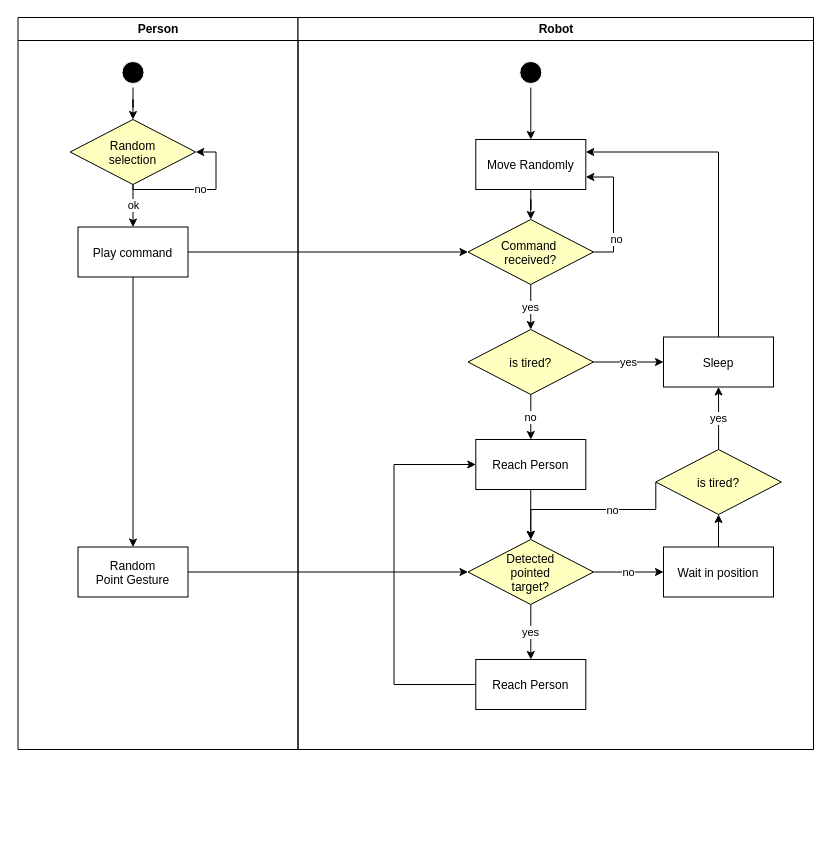
aGotelli/EROLA_first_assignment_AG keeps this draw.io diagram as draw_io/activity_v1.drawio. Above is the earlier version. Source tidied: cells renumbered, new cells numbered last; positions are measured from the earlier drawing's top-left corner, leaving out a move shared by most shapes. Both pictures are drawn from the tidied source at 100%, with x=0, y=0 at pixel (17, 17).
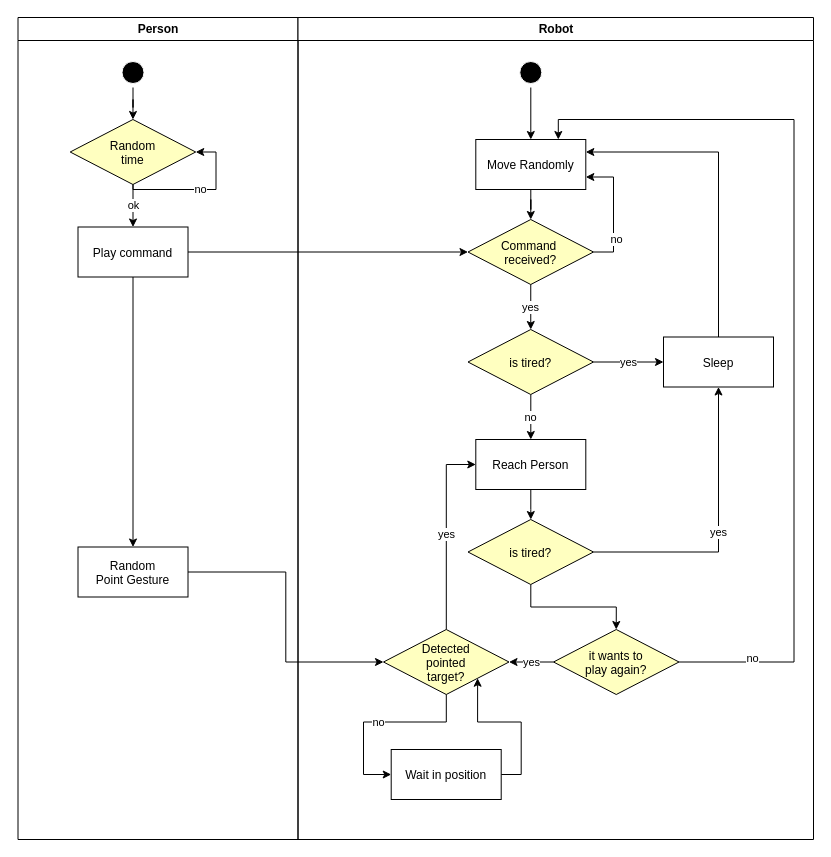
The same page after the edit.

Unchanged cells that the change refers to:
```xml
<mxCell id="15" value="Move Randomly" parent="11" vertex="1">
  <mxGeometry x="177.8" y="122" width="110" height="50" as="geometry" />
</mxCell>
<mxCell id="26" value="Reach Person" parent="11" vertex="1">
  <mxGeometry x="177.8" y="422" width="110" height="50" as="geometry" />
</mxCell>
```

The edit, as a diff of the source:
```diff
@@
     <mxCell id="2" value="Person" style="swimlane;whiteSpace=wrap;" parent="1" vertex="1">
-      <mxGeometry x="0.5" width="280" height="732" as="geometry" />
+      <mxGeometry x="0.5" width="280" height="822" as="geometry" />
     </mxCell>
@@
-    <mxCell id="9" value="Random&#10;selection" style="rhombus;fillColor=#ffffc0;" parent="2" vertex="1">
+    <mxCell id="9" value="Random&#10;time" style="rhombus;fillColor=#ffffc0;" parent="2" vertex="1">
       <mxGeometry x="52.2" y="102" width="125.5" height="65" as="geometry" />
     </mxCell>
@@
     <mxCell id="11" value="Robot" style="swimlane;whiteSpace=wrap;" parent="1" vertex="1">
-      <mxGeometry x="280.5" width="515.5" height="732" as="geometry" />
+      <mxGeometry x="280.5" width="515.5" height="822" as="geometry" />
     </mxCell>
@@
-    <mxCell id="25" style="edgeStyle=orthogonalEdgeStyle;rounded=0;jettySize=auto;html=1;entryX=0.5;entryY=0;entryDx=0;entryDy=0;strokeColor=#000000;" parent="11" edge="1" source="26" target="29">
-      <mxGeometry relative="1" as="geometry" />
-    </mxCell>
+    <mxCell id="40" style="edgeStyle=orthogonalEdgeStyle;rounded=0;jettySize=auto;html=1;" parent="11" edge="1" source="26" target="35">
+      <mxGeometry relative="1" as="geometry" />
+    </mxCell>
@@
-    <mxCell id="27" value="no" style="edgeStyle=orthogonalEdgeStyle;rounded=0;jettySize=auto;html=1;entryX=0;entryY=0.5;entryDx=0;entryDy=0;strokeColor=#000000;" parent="11" edge="1" source="29" target="31">
+    <mxCell id="27" value="no" style="edgeStyle=orthogonalEdgeStyle;rounded=0;jettySize=auto;html=1;entryX=0;entryY=0.5;entryDx=0;entryDy=0;" parent="11" edge="1" source="29" target="31">
       <mxGeometry relative="1" as="geometry" />
     </mxCell>
-    <mxCell id="28" value="yes" style="edgeStyle=orthogonalEdgeStyle;rounded=0;jettySize=auto;html=1;entryX=0.5;entryY=0;entryDx=0;entryDy=0;strokeColor=#000000;" parent="11" edge="1" source="29" target="37">
-      <mxGeometry relative="1" as="geometry" />
-    </mxCell>
+    <mxCell id="41" style="edgeStyle=orthogonalEdgeStyle;rounded=0;jettySize=auto;html=1;entryX=0;entryY=0.5;entryDx=0;entryDy=0;" parent="11" edge="1" source="29" target="26">
+      <mxGeometry relative="1" as="geometry" />
+    </mxCell>
+    <mxCell id="42" value="yes" style="edgeLabel;html=1;align=center;verticalAlign=middle;" parent="41" vertex="1">
+      <mxGeometry x="-0.01" relative="1" as="geometry" />
+    </mxCell>
     <mxCell id="29" value="Detected&#10;pointed&#10;target?" style="rhombus;fillColor=#ffffc0;" parent="11" vertex="1">
-      <mxGeometry x="170" y="522" width="125.5" height="65" as="geometry" />
+      <mxGeometry x="85.5" y="612" width="125.5" height="65" as="geometry" />
     </mxCell>
-    <mxCell id="30" style="edgeStyle=orthogonalEdgeStyle;rounded=0;jettySize=auto;html=1;strokeColor=#000000;" parent="11" edge="1" source="31" target="35">
-      <mxGeometry relative="1" as="geometry" />
-    </mxCell>
+    <mxCell id="43" style="edgeStyle=orthogonalEdgeStyle;rounded=0;jettySize=auto;html=1;entryX=1;entryY=1;entryDx=0;entryDy=0;exitX=1;exitY=0.5;exitDx=0;exitDy=0;" parent="11" edge="1" source="31" target="29">
+      <mxGeometry relative="1" as="geometry" />
+    </mxCell>
     <mxCell id="31" value="Wait in position" parent="11" vertex="1">
-      <mxGeometry x="365.5" y="529.5" width="110" height="50" as="geometry" />
+      <mxGeometry x="93.2" y="732" width="110" height="50" as="geometry" />
     </mxCell>
@@
-    <mxCell id="33" style="edgeStyle=orthogonalEdgeStyle;rounded=0;jettySize=auto;html=1;entryX=0.5;entryY=0;entryDx=0;entryDy=0;strokeColor=#000000;exitX=0;exitY=0.5;exitDx=0;exitDy=0;" parent="11" edge="1" source="35" target="29">
-      <mxGeometry relative="1" as="geometry">
-        <Array as="points">
-          <mxPoint x="358" y="492" />
-          <mxPoint x="233" y="492" />
-        </Array>
-      </mxGeometry>
-    </mxCell>
+    <mxCell id="44" style="edgeStyle=orthogonalEdgeStyle;rounded=0;jettySize=auto;html=1;entryX=0.5;entryY=0;entryDx=0;entryDy=0;" parent="11" edge="1" source="35" target="46">
+      <mxGeometry relative="1" as="geometry" />
+    </mxCell>
+    <mxCell id="35" value="is tired?" style="rhombus;fillColor=#ffffc0;" parent="11" vertex="1">
+      <mxGeometry x="170" y="502" width="125.5" height="65" as="geometry" />
+    </mxCell>
+    <mxCell id="45" value="yes" style="edgeStyle=orthogonalEdgeStyle;rounded=0;jettySize=auto;html=1;entryX=1;entryY=0.5;entryDx=0;entryDy=0;" parent="11" edge="1" source="46" target="29">
+      <mxGeometry relative="1" as="geometry" />
+    </mxCell>
+    <mxCell id="46" value="it wants to&#10;play again?" style="rhombus;fillColor=#ffffc0;" parent="11" vertex="1">
+      <mxGeometry x="255.5" y="612" width="125.5" height="65" as="geometry" />
+    </mxCell>
+    <mxCell id="47" style="edgeStyle=orthogonalEdgeStyle;rounded=0;jettySize=auto;html=1;entryX=0.75;entryY=0;entryDx=0;entryDy=0;" parent="11" edge="1" source="46" target="15">
+      <mxGeometry relative="1" as="geometry">
+        <Array as="points">
+          <mxPoint x="496" y="645" />
+          <mxPoint x="496" y="102" />
+          <mxPoint x="260" y="102" />
+        </Array>
+      </mxGeometry>
+    </mxCell>
-    <mxCell id="34" value="no" style="edgeLabel;html=1;align=center;verticalAlign=middle;" parent="33" vertex="1">
-      <mxGeometry x="-0.22" relative="1" as="geometry" />
+    <mxCell id="34" value="no" style="edgeLabel;html=1;align=center;verticalAlign=middle;" parent="47" vertex="1">
+      <mxGeometry x="-0.84" y="4" relative="1" as="geometry" />
     </mxCell>
-    <mxCell id="35" value="is tired?" style="rhombus;fillColor=#ffffc0;" parent="11" vertex="1">
-      <mxGeometry x="357.8" y="432" width="125.5" height="65" as="geometry" />
-    </mxCell>
-    <mxCell id="36" style="edgeStyle=orthogonalEdgeStyle;rounded=0;jettySize=auto;html=1;entryX=0;entryY=0.5;entryDx=0;entryDy=0;strokeColor=#000000;" parent="11" edge="1" source="37" target="26">
-      <mxGeometry relative="1" as="geometry">
-        <Array as="points">
-          <mxPoint x="96" y="667" />
-          <mxPoint x="96" y="447" />
-        </Array>
-      </mxGeometry>
-    </mxCell>
-    <mxCell id="37" value="Reach Person" parent="11" vertex="1">
-      <mxGeometry x="177.8" y="642" width="110" height="50" as="geometry" />
-    </mxCell>
```
